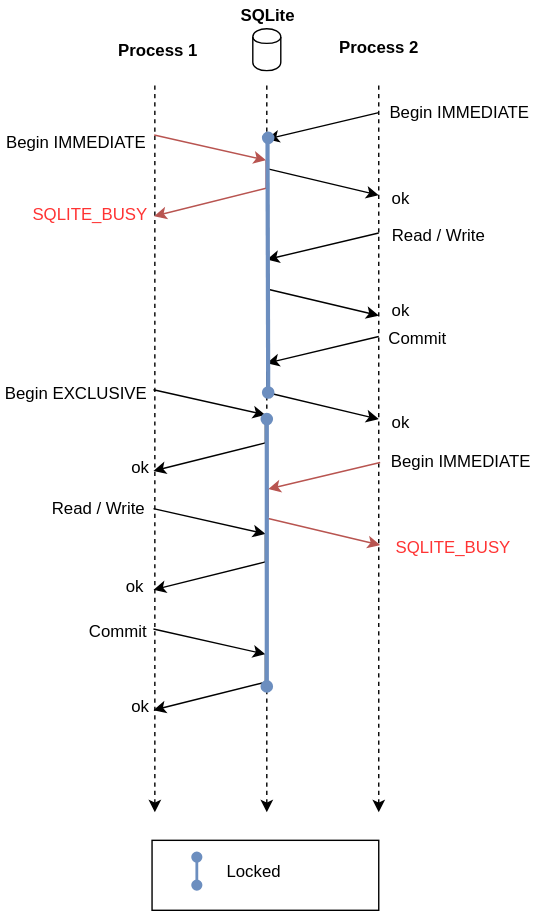
activesphere/activesphere.github.io keeps this draw.io diagram as public/images/serial_execution.svg. Above is the earlier version. Source tidied: cells renumbered, new cells last; positions are measured from the earlier drawing's top-left corner, leaving out a move shared by most shapes.
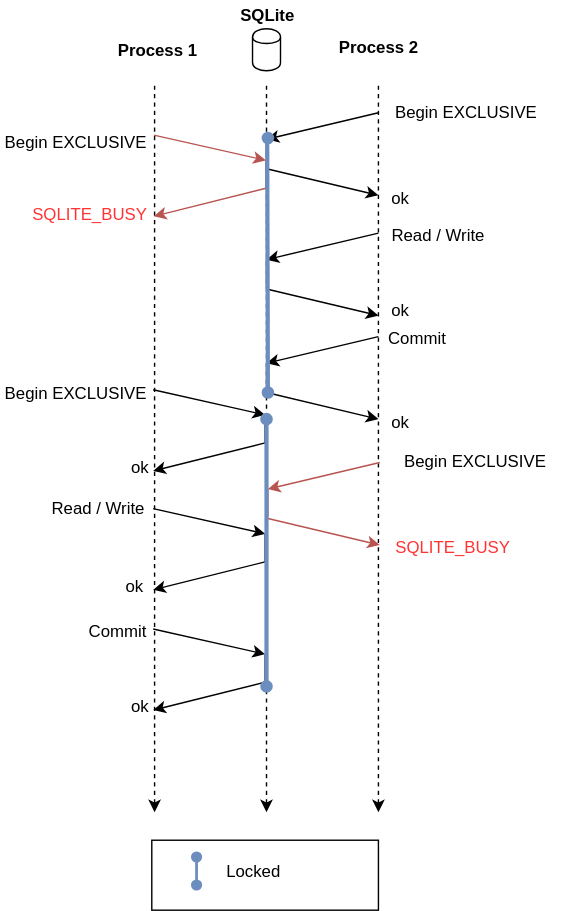
After the commit.

Change to the diagram source:
```diff
@@ -104,8 +104,8 @@
         <mxPoint x="270" y="299" as="targetPoint" />
       </mxGeometry>
     </mxCell>
-    <mxCell id="21" value="Begin IMMEDIATE&lt;br&gt;" style="text;html=1;strokeColor=none;fillColor=none;align=center;verticalAlign=middle;whiteSpace=wrap;rounded=0;" parent="1" vertex="1">
-      <mxGeometry x="276" y="68" width="104" height="22" as="geometry" />
+    <mxCell id="21" value="Begin EXCLUSIVE&lt;br&gt;" style="text;html=1;strokeColor=none;fillColor=none;align=center;verticalAlign=middle;whiteSpace=wrap;rounded=0;" parent="1" vertex="1">
+      <mxGeometry x="276" y="68" width="114" height="22" as="geometry" />
     </mxCell>
     <mxCell id="22" value="ok&lt;br&gt;" style="text;html=1;strokeColor=none;fillColor=none;align=center;verticalAlign=middle;whiteSpace=wrap;rounded=0;" parent="1" vertex="1">
       <mxGeometry x="276" y="130" width="18" height="22" as="geometry" />
@@ -146,7 +146,7 @@
     <mxCell id="31" value="Begin EXCLUSIVE&lt;br&gt;" style="text;html=1;strokeColor=none;fillColor=none;align=center;verticalAlign=middle;whiteSpace=wrap;rounded=0;" parent="1" vertex="1">
       <mxGeometry y="269" width="108" height="21" as="geometry" />
     </mxCell>
-    <mxCell id="32" value="Begin IMMEDIATE&lt;br&gt;" style="text;html=1;strokeColor=none;fillColor=none;align=center;verticalAlign=middle;whiteSpace=wrap;rounded=0;" parent="1" vertex="1">
+    <mxCell id="32" value="Begin EXCLUSIVE&lt;br&gt;" style="text;html=1;strokeColor=none;fillColor=none;align=center;verticalAlign=middle;whiteSpace=wrap;rounded=0;" parent="1" vertex="1">
       <mxGeometry y="90" width="108" height="21" as="geometry" />
     </mxCell>
     <mxCell id="33" value="ok&lt;br&gt;" style="text;html=1;strokeColor=none;fillColor=none;align=center;verticalAlign=middle;whiteSpace=wrap;rounded=0;" parent="1" vertex="1">
@@ -218,8 +218,8 @@
         <mxPoint x="271" y="389" as="targetPoint" />
       </mxGeometry>
     </mxCell>
-    <mxCell id="47" value="Begin IMMEDIATE&lt;br&gt;" style="text;html=1;strokeColor=none;fillColor=none;align=center;verticalAlign=middle;whiteSpace=wrap;rounded=0;" parent="1" vertex="1">
-      <mxGeometry x="277" y="318" width="104" height="22" as="geometry" />
+    <mxCell id="47" value="Begin EXCLUSIVE&lt;br&gt;" style="text;html=1;strokeColor=none;fillColor=none;align=center;verticalAlign=middle;whiteSpace=wrap;rounded=0;" parent="1" vertex="1">
+      <mxGeometry x="277" y="318" width="123" height="22" as="geometry" />
     </mxCell>
     <mxCell id="48" value="SQLITE_BUSY&lt;br&gt;" style="text;html=1;strokeColor=none;fillColor=none;align=center;verticalAlign=middle;whiteSpace=wrap;rounded=0;fontColor=#FF3333;" parent="1" vertex="1">
       <mxGeometry x="277" y="380" width="93" height="20" as="geometry" />
```
